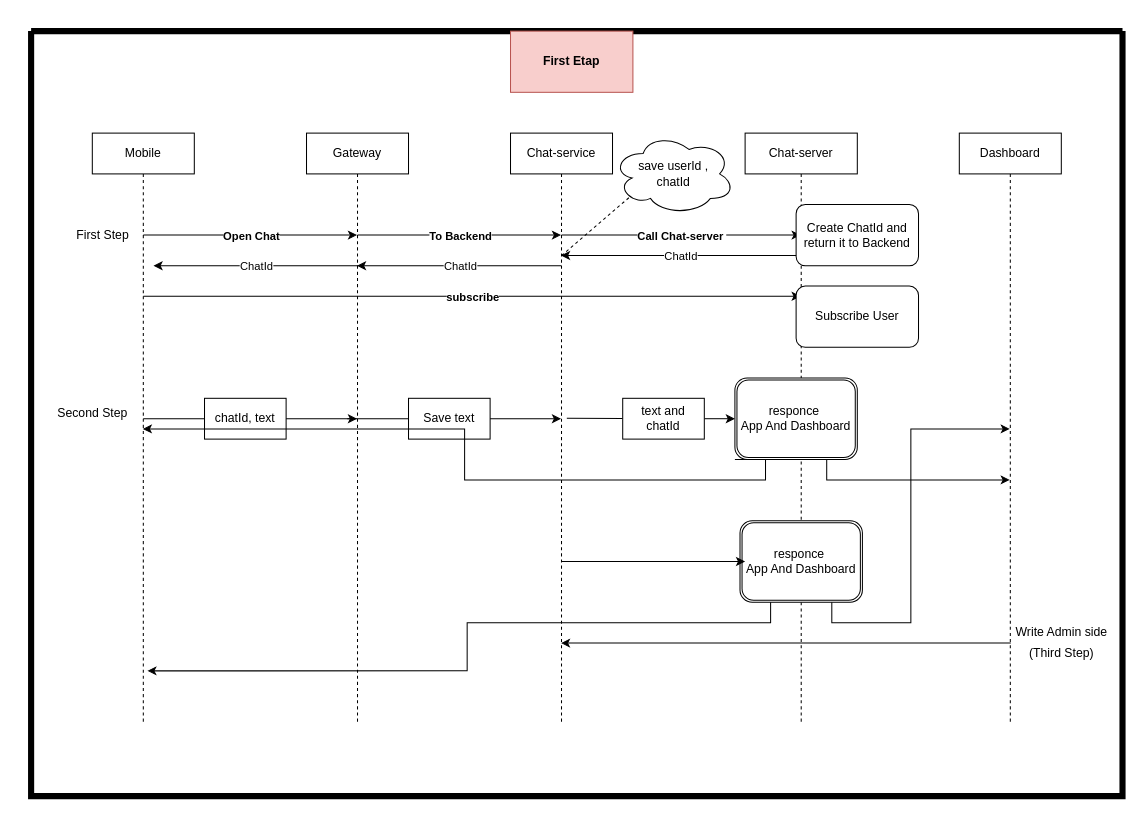
Before: draw/src/char-server.drawio in Sanjarbekk/draw, a draw.io diagram. Source tidied: cells renumbered, new cells numbered last; positions are measured from the earlier drawing's top-left corner, leaving out a move shared by most shapes. Both pictures are drawn from the tidied source at 102%, with x=0, y=0 at pixel (31, 31).
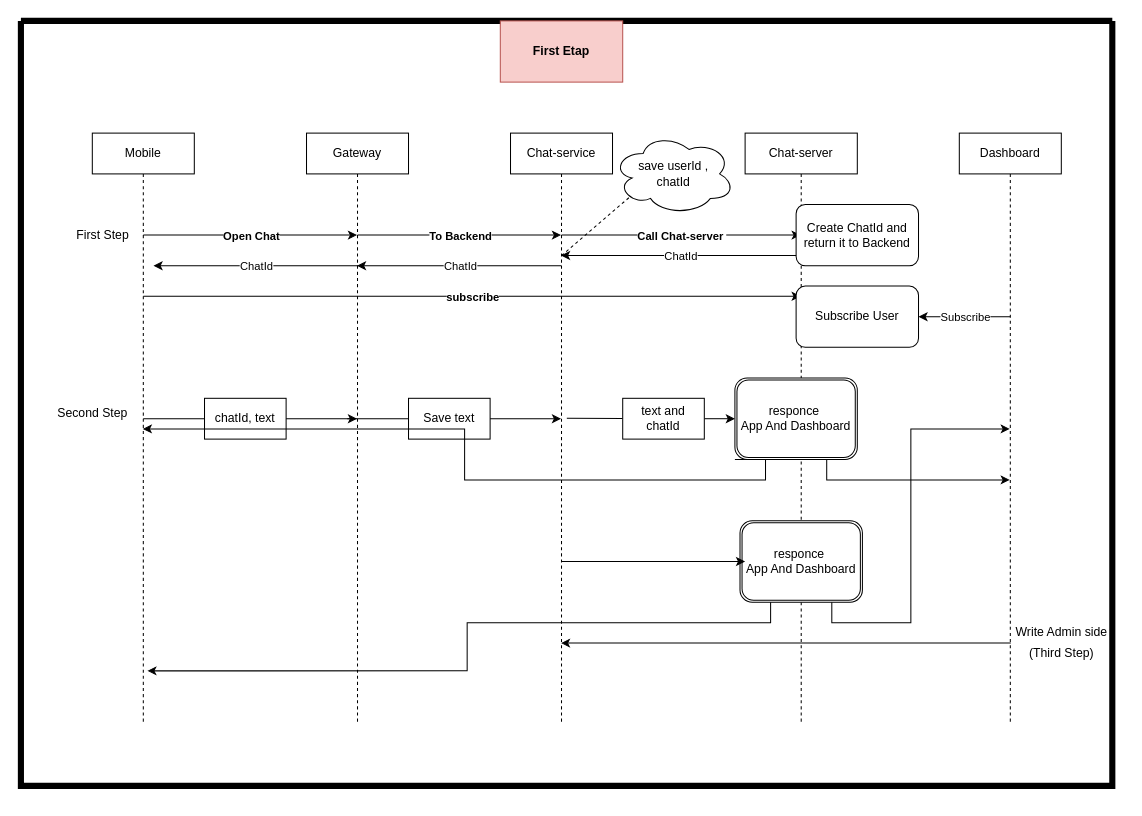
The same diagram, later.

Diff of the diagram source:
```diff
@@
     <mxCell id="45" style="swimlane;startSize=0;strokeWidth=6;" parent="1" vertex="1">
-      <mxGeometry width="1070" height="750" as="geometry" />
+      <mxGeometry x="-10" y="-10" width="1070" height="750" as="geometry" />
     </mxCell>
@@
+    <mxCell id="47" style="endArrow=classic;html=1;rounded=0;" parent="45" edge="1">
+      <mxGeometry relative="1" as="geometry">
+        <mxPoint x="970" y="290" as="sourcePoint" />
+        <mxPoint x="880" y="290" as="targetPoint" />
+      </mxGeometry>
+    </mxCell>
+    <mxCell id="48" value="Subscribe" style="edgeLabel;html=1;align=center;verticalAlign=middle;" parent="47" vertex="1">
+      <mxGeometry relative="1" as="geometry" />
+    </mxCell>
```
